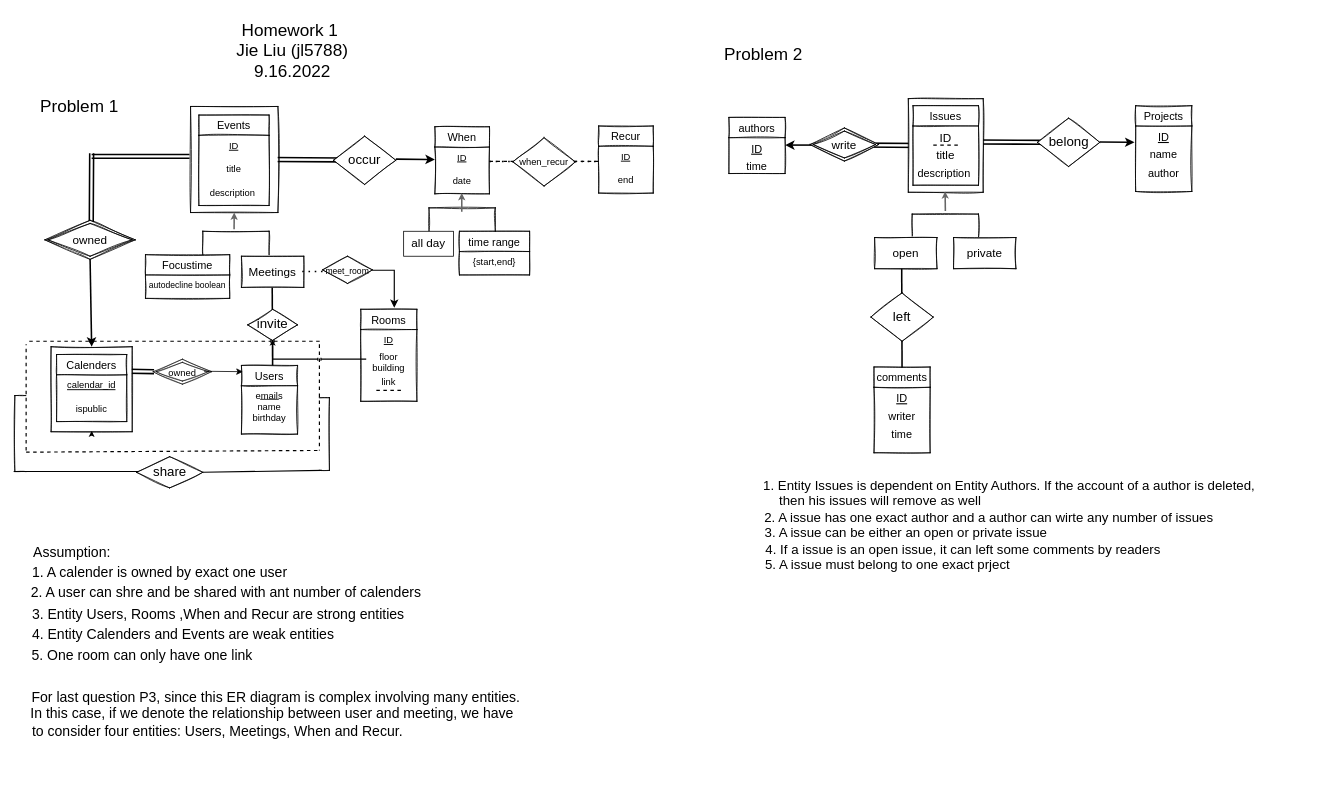
hurricane8978/Introduction-to-database keeps this draw.io diagram as hw1 Diagram.drawio. Above is the earlier version. Source tidied: cells renumbered, new cells numbered last; positions are measured from the earlier drawing's top-left corner, leaving out a move shared by most shapes. Both pictures are drawn from the tidied source at 78%, with x=0, y=0 at pixel (-18, 13).
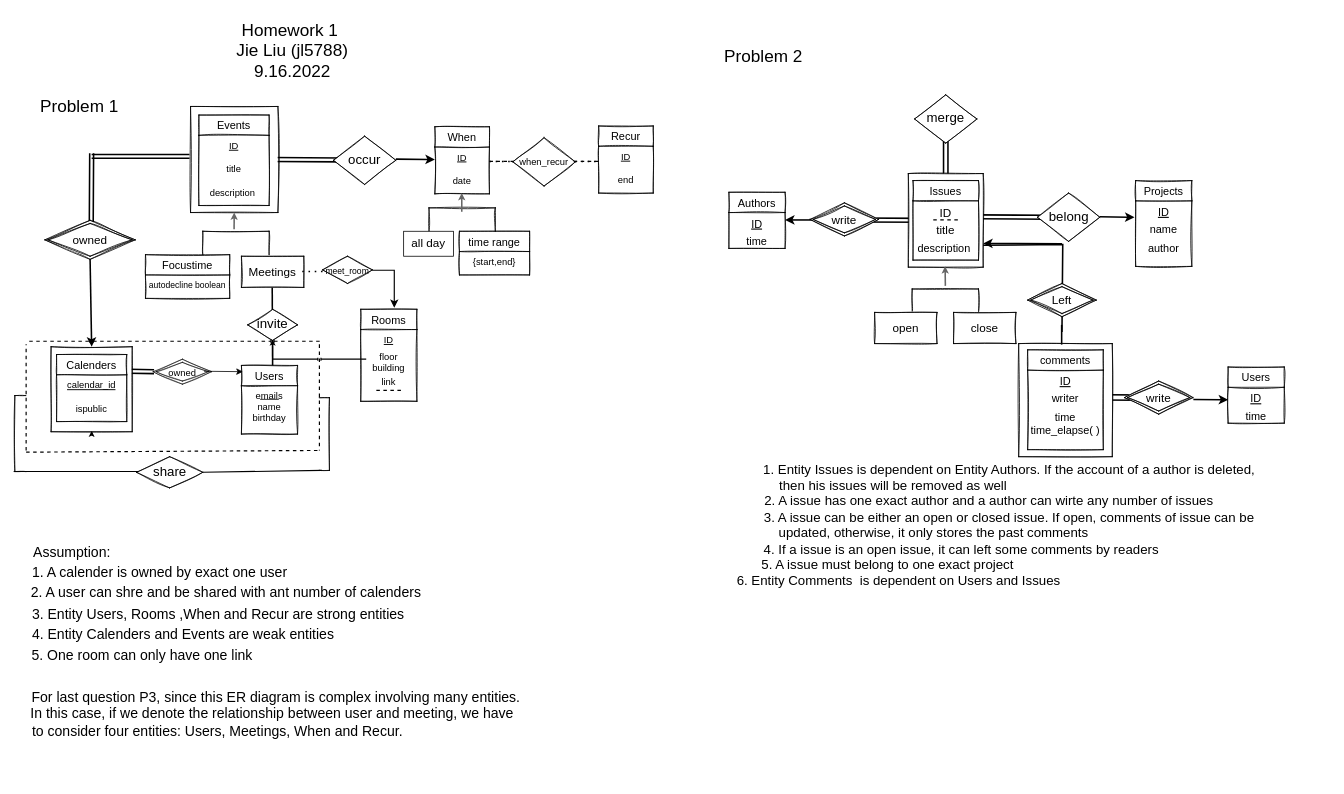
After the change.

The change refers to these unchanged cells:
```xml
<mxCell id="86" value="ID" style="text;strokeColor=none;fillColor=none;spacingLeft=4;spacingRight=4;overflow=hidden;points=[[0,0.5],[1,0.5]];portConstraint=eastwest;fontSize=14;rounded=0;glass=0;sketch=1;fontStyle=4;align=center;" parent="85" vertex="1">
  <mxGeometry y="26" width="72" height="22" as="geometry" />
</mxCell>
```

Change to the diagram source:
```diff
@@
+    <mxCell id="113" style="endArrow=none;html=1;rounded=0;strokeWidth=2;fontSize=15;startSize=11;endSize=3;sourcePerimeterSpacing=-7;targetPerimeterSpacing=-1;jumpStyle=line;jumpSize=3;" parent="1" edge="1">
+      <mxGeometry relative="1" as="geometry">
+        <mxPoint x="1383.6" y="399" as="sourcePoint" />
+        <mxPoint x="1383.6" y="438" as="targetPoint" />
+      </mxGeometry>
+    </mxCell>
+    <mxCell id="114" style="html=1;align=right;verticalAlign=bottom;rounded=0;glass=0;sketch=1;fontSize=15;" parent="113" vertex="1">
+      <mxGeometry x="1" relative="1" as="geometry">
+        <mxPoint x="197" y="-118" as="offset" />
+      </mxGeometry>
+    </mxCell>
+    <mxCell id="115" style="shape=link;html=1;rounded=0;strokeWidth=2;fontSize=17;entryX=0.125;entryY=0.492;entryDx=0;entryDy=0;entryPerimeter=0;width=5.833333333333334;" parent="1" edge="1">
+      <mxGeometry relative="1" as="geometry">
+        <mxPoint x="1437" y="492" as="sourcePoint" />
+        <mxPoint x="1525" y="492.5" as="targetPoint" />
+      </mxGeometry>
+    </mxCell>
+    <mxCell id="116" style="html=1;align=right;verticalAlign=bottom;rounded=0;glass=0;sketch=1;fontSize=17;" parent="115" vertex="1">
+      <mxGeometry x="1" relative="1" as="geometry" />
+    </mxCell>
+    <mxCell id="117" style="rounded=0;whiteSpace=wrap;html=1;glass=0;sketch=1;fontSize=15;" parent="1" vertex="1">
+      <mxGeometry x="1328.5" y="423" width="120" height="145" as="geometry" />
+    </mxCell>
+    <mxCell id="118" style="shape=link;html=1;rounded=0;strokeWidth=2;fontSize=17;entryX=0.5;entryY=0;entryDx=0;entryDy=0;width=-6.666666666666666;" parent="1" edge="1" target="73">
+      <mxGeometry relative="1" as="geometry">
+        <mxPoint x="1235" y="160" as="sourcePoint" />
+      </mxGeometry>
+    </mxCell>
+    <mxCell id="119" style="html=1;align=right;verticalAlign=bottom;rounded=0;glass=0;sketch=1;fontSize=17;" parent="118" vertex="1">
+      <mxGeometry x="1" relative="1" as="geometry" />
+    </mxCell>
@@
     <mxCell id="65" value="Problem 2" style="text;html=1;align=center;verticalAlign=middle;strokeColor=none;fillColor=none;fontSize=22;" parent="1" vertex="1">
-      <mxGeometry x="941" y="29" width="120" height="48" as="geometry" />
+      <mxGeometry x="941" y="32" width="120" height="48" as="geometry" />
     </mxCell>
     <mxCell id="66" style="endArrow=none;html=1;rounded=0;strokeWidth=2;fontSize=15;startSize=11;endSize=3;sourcePerimeterSpacing=-7;targetPerimeterSpacing=-1;jumpStyle=line;jumpSize=3;" parent="1" edge="1">
       <mxGeometry relative="1" as="geometry">
-        <mxPoint x="1178.5" y="320" as="sourcePoint" />
-        <mxPoint x="1179" y="454" as="targetPoint" />
+        <mxPoint x="1283" y="297" as="sourcePoint" />
+        <mxPoint x="1384" y="408" as="targetPoint" />
+        <Array as="points">
+          <mxPoint x="1385" y="296" />
+        </Array>
       </mxGeometry>
     </mxCell>
     <mxCell id="67" style="html=1;align=right;verticalAlign=bottom;rounded=0;glass=0;sketch=1;fontSize=15;" parent="66" vertex="1">
-      <mxGeometry x="1" relative="1" as="geometry" />
+      <mxGeometry x="1" relative="1" as="geometry">
+        <mxPoint x="197" y="-118" as="offset" />
+      </mxGeometry>
     </mxCell>
     <mxCell id="68" style="endArrow=classic;html=1;rounded=0;strokeWidth=2;fontSize=17;" parent="1" edge="1">
       <mxGeometry relative="1" as="geometry">
-        <mxPoint x="1071" y="168.5" as="sourcePoint" />
-        <mxPoint x="1029" y="168.5" as="targetPoint" />
+        <mxPoint x="1071" y="264.5" as="sourcePoint" />
+        <mxPoint x="1029" y="264.5" as="targetPoint" />
       </mxGeometry>
     </mxCell>
     <mxCell id="69" style="shape=link;html=1;rounded=0;strokeWidth=2;fontSize=17;entryX=0.125;entryY=0.492;entryDx=0;entryDy=0;entryPerimeter=0;" parent="1" edge="1">
       <mxGeometry relative="1" as="geometry">
-        <mxPoint x="1121" y="168.5" as="sourcePoint" />
-        <mxPoint x="1209" y="169" as="targetPoint" />
+        <mxPoint x="1121" y="264.5" as="sourcePoint" />
+        <mxPoint x="1209" y="265" as="targetPoint" />
       </mxGeometry>
     </mxCell>
@@
     <mxCell id="71" style="shape=link;html=1;rounded=0;strokeWidth=2;fontSize=17;entryX=0.125;entryY=0.492;entryDx=0;entryDy=0;entryPerimeter=0;" parent="1" edge="1">
       <mxGeometry relative="1" as="geometry">
-        <mxPoint x="1277" y="164.5" as="sourcePoint" />
-        <mxPoint x="1365" y="165" as="targetPoint" />
+        <mxPoint x="1277" y="260.5" as="sourcePoint" />
+        <mxPoint x="1365" y="261" as="targetPoint" />
       </mxGeometry>
     </mxCell>
@@
     <mxCell id="73" style="rounded=0;whiteSpace=wrap;html=1;glass=0;sketch=1;fontSize=15;" parent="1" vertex="1">
-      <mxGeometry x="1187" y="109" width="96" height="120" as="geometry" />
+      <mxGeometry x="1187" y="205" width="96" height="120" as="geometry" />
     </mxCell>
     <mxCell id="74" value="Issues" style="swimlane;fontStyle=0;horizontal=1;startSize=26;align=center;fontSize=14;rounded=0;glass=0;sketch=1;" parent="1" vertex="1">
-      <mxGeometry x="1193" y="118" width="84" height="102" as="geometry" />
+      <mxGeometry x="1193" y="214" width="84" height="102" as="geometry" />
     </mxCell>
@@
     <mxCell id="79" style="shape=partialRectangle;whiteSpace=wrap;html=1;bottom=1;right=1;left=1;top=0;fillColor=none;routingCenterX=-0.5;rounded=0;glass=0;sketch=1;fontSize=12;rotation=-180;" parent="1" vertex="1">
-      <mxGeometry x="1192" y="257" width="85" height="30" as="geometry" />
+      <mxGeometry x="1192" y="353" width="85" height="30" as="geometry" />
     </mxCell>
     <mxCell id="80" style="endArrow=classic;html=1;strokeWidth=2;fontSize=12;rounded=0;endSize=3;startSize=11;jumpSize=3;jumpStyle=line;fillColor=#f5f5f5;strokeColor=#666666;targetPerimeterSpacing=-1;sourcePerimeterSpacing=-7;" parent="1" edge="1">
       <mxGeometry relative="1" as="geometry">
-        <mxPoint x="1234.5" y="253" as="sourcePoint" />
-        <mxPoint x="1234.2" y="228" as="targetPoint" />
+        <mxPoint x="1234.5" y="349" as="sourcePoint" />
+        <mxPoint x="1234.2" y="324" as="targetPoint" />
       </mxGeometry>
     </mxCell>
-    <mxCell id="81" value="private" style="rounded=0;whiteSpace=wrap;html=1;glass=0;sketch=1;fontSize=15;" parent="1" vertex="1">
-      <mxGeometry x="1245" y="287" width="80" height="40" as="geometry" />
+    <mxCell id="81" value="close" style="rounded=0;whiteSpace=wrap;html=1;glass=0;sketch=1;fontSize=15;" parent="1" vertex="1">
+      <mxGeometry x="1245" y="383" width="80" height="40" as="geometry" />
     </mxCell>
     <mxCell id="82" style="html=1;align=right;verticalAlign=bottom;rounded=0;glass=0;sketch=1;fontSize=17;" parent="1" vertex="1">
-      <mxGeometry x="1362.5" y="164.5" as="geometry" />
+      <mxGeometry x="1362.5" y="260.5" as="geometry" />
     </mxCell>
     <mxCell id="83" value="belong" style="shape=rhombus;perimeter=rhombusPerimeter;whiteSpace=wrap;html=1;align=center;rounded=0;glass=0;sketch=1;fontSize=17;" parent="1" vertex="1">
-      <mxGeometry x="1352.5" y="134" width="80" height="62" as="geometry" />
+      <mxGeometry x="1352.5" y="230" width="80" height="62" as="geometry" />
     </mxCell>
     <mxCell id="84" style="endArrow=classic;html=1;rounded=0;strokeWidth=2;fontSize=17;entryX=-0.021;entryY=0.955;entryDx=0;entryDy=0;entryPerimeter=0;" parent="1" edge="1" target="86">
       <mxGeometry relative="1" as="geometry">
-        <mxPoint x="1432.5" y="164.5" as="sourcePoint" />
+        <mxPoint x="1432.5" y="260.5" as="sourcePoint" />
       </mxGeometry>
     </mxCell>
     <mxCell id="85" value="Projects" style="swimlane;fontStyle=0;horizontal=1;startSize=26;align=center;fontSize=14;rounded=0;glass=0;sketch=1;" parent="1" vertex="1">
-      <mxGeometry x="1478.5" y="118" width="72" height="110" as="geometry" />
+      <mxGeometry x="1478.5" y="214" width="72" height="110" as="geometry" />
     </mxCell>
@@
     <mxCell id="89" style="html=1;align=right;verticalAlign=bottom;rounded=0;glass=0;sketch=1;fontSize=17;" parent="1" vertex="1">
-      <mxGeometry x="1057.5" y="165" as="geometry" />
+      <mxGeometry x="1057.5" y="261" as="geometry" />
     </mxCell>
     <mxCell id="90" style="html=1;align=right;verticalAlign=bottom;rounded=0;glass=0;sketch=1;fontSize=17;" parent="1" vertex="1">
-      <mxGeometry x="1055" y="164.5" as="geometry" />
+      <mxGeometry x="1055" y="260.5" as="geometry" />
     </mxCell>
-    <mxCell id="91" value="authors" style="swimlane;fontStyle=0;horizontal=1;startSize=26;align=center;fontSize=14;rounded=0;glass=0;sketch=1;" parent="1" vertex="1">
-      <mxGeometry x="957" y="133" width="72" height="72" as="geometry" />
+    <mxCell id="91" value="Authors" style="swimlane;fontStyle=0;horizontal=1;startSize=26;align=center;fontSize=14;rounded=0;glass=0;sketch=1;" parent="1" vertex="1">
+      <mxGeometry x="957" y="229" width="72" height="72" as="geometry" />
     </mxCell>
@@
     <mxCell id="94" value="open" style="rounded=0;whiteSpace=wrap;html=1;glass=0;sketch=1;fontSize=15;" parent="1" vertex="1">
-      <mxGeometry x="1143.8" y="287" width="80" height="40" as="geometry" />
+      <mxGeometry x="1143.8" y="383" width="80" height="40" as="geometry" />
     </mxCell>
-    <mxCell id="95" value="left" style="shape=rhombus;perimeter=rhombusPerimeter;whiteSpace=wrap;html=1;align=center;rounded=0;glass=0;sketch=1;fontSize=17;" parent="1" vertex="1">
-      <mxGeometry x="1139" y="358" width="80" height="62" as="geometry" />
-    </mxCell>
@@
     <mxCell id="100" value="comments" style="swimlane;fontStyle=0;horizontal=1;startSize=26;align=center;fontSize=14;rounded=0;glass=0;sketch=1;" parent="1" vertex="1">
-      <mxGeometry x="1143" y="453" width="72" height="110" as="geometry" />
+      <mxGeometry x="1340" y="431" width="97" height="128" as="geometry" />
     </mxCell>
     <mxCell id="101" value="ID" style="text;strokeColor=none;fillColor=none;spacingLeft=4;spacingRight=4;overflow=hidden;fontSize=14;rounded=0;glass=0;sketch=1;fontStyle=4;align=center;" parent="100" vertex="1">
-      <mxGeometry y="26" width="72" height="22" as="geometry" />
+      <mxGeometry y="26" width="97" height="22" as="geometry" />
     </mxCell>
     <mxCell id="102" value="writer" style="text;strokeColor=none;fillColor=none;spacingLeft=4;spacingRight=4;overflow=hidden;fontSize=14;rounded=0;glass=0;sketch=1;align=center;" parent="100" vertex="1">
-      <mxGeometry y="48" width="72" height="24" as="geometry" />
+      <mxGeometry y="48" width="97" height="24" as="geometry" />
     </mxCell>
-    <mxCell id="103" value="time" style="text;strokeColor=none;fillColor=none;spacingLeft=4;spacingRight=4;overflow=hidden;fontSize=14;rounded=0;glass=0;sketch=1;align=center;" parent="100" vertex="1">
-      <mxGeometry y="72" width="72" height="38" as="geometry" />
+    <mxCell id="103" value="time&#10;time_elapse( )" style="text;strokeColor=none;fillColor=none;spacingLeft=4;spacingRight=4;overflow=hidden;fontSize=14;rounded=0;glass=0;sketch=1;align=center;" parent="100" vertex="1">
+      <mxGeometry y="72" width="97" height="56" as="geometry" />
     </mxCell>
-    <mxCell id="104" value="&lt;span style=&quot;font-size: 17px;&quot;&gt;1. Entity Issues is dependent on Entity Authors. If the account of a author is deleted,&lt;br&gt;&amp;nbsp; &amp;nbsp; &amp;nbsp;then his issues will remove as well&amp;nbsp; &amp;nbsp; &amp;nbsp; &amp;nbsp; &amp;nbsp; &amp;nbsp; &amp;nbsp; &amp;nbsp; &amp;nbsp; &amp;nbsp; &amp;nbsp; &amp;nbsp; &amp;nbsp; &amp;nbsp; &amp;nbsp; &amp;nbsp; &amp;nbsp; &amp;nbsp; &amp;nbsp; &amp;nbsp; &amp;nbsp; &amp;nbsp; &amp;nbsp; &amp;nbsp; &amp;nbsp; &amp;nbsp; &amp;nbsp; &amp;nbsp; &amp;nbsp; &amp;nbsp; &amp;nbsp; &amp;nbsp; &amp;nbsp; &amp;nbsp; &amp;nbsp; &amp;nbsp; &amp;nbsp; &amp;nbsp;&lt;br&gt;2. A issue has one exact author and a author can wirte any number of issues&amp;nbsp; &amp;nbsp; &amp;nbsp; &amp;nbsp; &amp;nbsp; &amp;nbsp;&lt;br&gt;3. A issue can be either an open or private issue&amp;nbsp; &amp;nbsp; &amp;nbsp; &amp;nbsp; &amp;nbsp; &amp;nbsp; &amp;nbsp; &amp;nbsp; &amp;nbsp; &amp;nbsp; &amp;nbsp; &amp;nbsp; &amp;nbsp; &amp;nbsp; &amp;nbsp; &amp;nbsp; &amp;nbsp; &amp;nbsp; &amp;nbsp; &amp;nbsp; &amp;nbsp; &amp;nbsp; &amp;nbsp; &amp;nbsp; &amp;nbsp; &amp;nbsp; &amp;nbsp; &amp;nbsp;&amp;nbsp;&lt;br&gt;4. If a issue is an open issue, it can left some comments by readers&amp;nbsp; &amp;nbsp; &amp;nbsp; &amp;nbsp; &amp;nbsp; &amp;nbsp; &amp;nbsp; &amp;nbsp; &amp;nbsp; &amp;nbsp; &amp;nbsp; &amp;nbsp; &amp;nbsp;&lt;br&gt;5. A issue must belong to one exact prject&amp;nbsp; &amp;nbsp; &amp;nbsp; &amp;nbsp; &amp;nbsp; &amp;nbsp; &amp;nbsp; &amp;nbsp; &amp;nbsp; &amp;nbsp; &amp;nbsp; &amp;nbsp; &amp;nbsp; &amp;nbsp; &amp;nbsp; &amp;nbsp; &amp;nbsp; &amp;nbsp; &amp;nbsp; &amp;nbsp; &amp;nbsp; &amp;nbsp; &amp;nbsp; &amp;nbsp; &amp;nbsp; &amp;nbsp; &amp;nbsp; &amp;nbsp; &amp;nbsp; &amp;nbsp; &amp;nbsp; &amp;nbsp; &amp;nbsp;&amp;nbsp;&lt;br&gt;&lt;br&gt;&lt;br&gt;&lt;/span&gt;" style="text;html=1;align=center;verticalAlign=middle;strokeColor=none;fillColor=none;fontSize=11;" parent="1" vertex="1">
-      <mxGeometry x="988" y="585" width="656" height="184" as="geometry" />
+    <mxCell id="104" value="&lt;span style=&quot;font-size: 17px;&quot;&gt;1. Entity Issues is dependent on Entity Authors. If the account of a author is deleted,&lt;br&gt;&amp;nbsp; &amp;nbsp; &amp;nbsp; &amp;nbsp; &amp;nbsp; &amp;nbsp; then his issues will be removed as well&amp;nbsp; &amp;nbsp; &amp;nbsp; &amp;nbsp; &amp;nbsp; &amp;nbsp; &amp;nbsp; &amp;nbsp; &amp;nbsp; &amp;nbsp; &amp;nbsp; &amp;nbsp; &amp;nbsp; &amp;nbsp; &amp;nbsp; &amp;nbsp; &amp;nbsp; &amp;nbsp; &amp;nbsp; &amp;nbsp; &amp;nbsp; &amp;nbsp; &amp;nbsp; &amp;nbsp; &amp;nbsp; &amp;nbsp; &amp;nbsp; &amp;nbsp; &amp;nbsp; &amp;nbsp; &amp;nbsp; &amp;nbsp; &amp;nbsp; &amp;nbsp; &amp;nbsp; &amp;nbsp; &amp;nbsp; &amp;nbsp;&lt;br&gt;2. A issue has one exact author and a author can wirte any number of issues&amp;nbsp; &amp;nbsp; &amp;nbsp; &amp;nbsp; &amp;nbsp; &amp;nbsp;&lt;br&gt;3. A issue can be either an open or closed issue. If open, comments of issue can be&lt;br&gt;&amp;nbsp; &amp;nbsp; &amp;nbsp; &amp;nbsp; &amp;nbsp; &amp;nbsp; &amp;nbsp;updated, otherwise, it only stores the past comments&amp;nbsp; &amp;nbsp; &amp;nbsp; &amp;nbsp; &amp;nbsp; &amp;nbsp; &amp;nbsp; &amp;nbsp; &amp;nbsp; &amp;nbsp; &amp;nbsp; &amp;nbsp; &amp;nbsp; &amp;nbsp; &amp;nbsp; &amp;nbsp; &amp;nbsp; &amp;nbsp; &amp;nbsp; &amp;nbsp; &amp;nbsp; &amp;nbsp; &amp;nbsp; &amp;nbsp; &amp;nbsp; &amp;nbsp; &amp;nbsp;&amp;nbsp;&lt;br&gt;4. If a issue is an open issue, it can left some comments by readers&amp;nbsp; &amp;nbsp; &amp;nbsp; &amp;nbsp; &amp;nbsp; &amp;nbsp; &amp;nbsp; &amp;nbsp; &amp;nbsp; &amp;nbsp; &amp;nbsp; &amp;nbsp; &amp;nbsp;&amp;nbsp;&lt;br&gt;5. A issue must belong to one exact project&amp;nbsp; &amp;nbsp; &amp;nbsp; &amp;nbsp; &amp;nbsp; &amp;nbsp; &amp;nbsp; &amp;nbsp; &amp;nbsp; &amp;nbsp; &amp;nbsp; &amp;nbsp; &amp;nbsp; &amp;nbsp; &amp;nbsp; &amp;nbsp; &amp;nbsp; &amp;nbsp; &amp;nbsp; &amp;nbsp; &amp;nbsp; &amp;nbsp; &amp;nbsp; &amp;nbsp; &amp;nbsp; &amp;nbsp; &amp;nbsp; &amp;nbsp; &amp;nbsp; &amp;nbsp; &amp;nbsp; &amp;nbsp; &amp;nbsp;&amp;nbsp;&lt;br&gt;&lt;span style=&quot;white-space: pre;&quot;&gt; &lt;/span&gt;&lt;span style=&quot;white-space: pre;&quot;&gt; &lt;/span&gt;&amp;nbsp; 6. Entity Comments&amp;nbsp; is dependent on Users and Issues&amp;nbsp; &amp;nbsp; &amp;nbsp; &amp;nbsp; &amp;nbsp; &amp;nbsp; &amp;nbsp; &amp;nbsp; &amp;nbsp; &amp;nbsp; &amp;nbsp; &amp;nbsp; &amp;nbsp; &amp;nbsp; &amp;nbsp; &amp;nbsp; &amp;nbsp; &amp;nbsp; &amp;nbsp; &amp;nbsp; &amp;nbsp; &amp;nbsp; &amp;nbsp; &amp;nbsp; &amp;nbsp; &amp;nbsp; &amp;nbsp; &amp;nbsp; &amp;nbsp; &amp;nbsp; &amp;nbsp; &amp;nbsp;&amp;nbsp;&lt;br&gt;&lt;br&gt;&lt;br&gt;&lt;/span&gt;" style="text;html=1;align=center;verticalAlign=middle;strokeColor=none;fillColor=none;fontSize=11;" parent="1" vertex="1">
+      <mxGeometry x="904" y="565" width="824" height="224" as="geometry" />
     </mxCell>
     <mxCell id="105" value="write" style="shape=rhombus;double=1;perimeter=rhombusPerimeter;whiteSpace=wrap;html=1;align=center;rounded=0;glass=0;sketch=1;fontSize=15;" parent="1" vertex="1">
-      <mxGeometry x="1061" y="146.5" width="88" height="42.5" as="geometry" />
+      <mxGeometry x="1061" y="242.5" width="88" height="42.5" as="geometry" />
     </mxCell>
@@
+    <mxCell id="120" value="Users" style="swimlane;fontStyle=0;horizontal=1;startSize=26;align=center;fontSize=14;rounded=0;glass=0;sketch=1;" parent="1" vertex="1">
+      <mxGeometry x="1597" y="453" width="72" height="72" as="geometry" />
+    </mxCell>
+    <mxCell id="121" value="ID" style="text;strokeColor=none;fillColor=none;spacingLeft=4;spacingRight=4;overflow=hidden;fontSize=14;rounded=0;glass=0;sketch=1;fontStyle=4;align=center;" parent="120" vertex="1">
+      <mxGeometry y="26" width="72" height="22" as="geometry" />
+    </mxCell>
+    <mxCell id="122" value="time" style="text;strokeColor=none;fillColor=none;spacingLeft=4;spacingRight=4;overflow=hidden;fontSize=14;rounded=0;glass=0;sketch=1;align=center;" parent="120" vertex="1">
+      <mxGeometry y="48" width="72" height="24" as="geometry" />
+    </mxCell>
+    <mxCell id="123" value="write" style="shape=rhombus;double=1;perimeter=rhombusPerimeter;whiteSpace=wrap;html=1;align=center;rounded=0;glass=0;sketch=1;fontSize=15;" parent="1" vertex="1">
+      <mxGeometry x="1464" y="471" width="88" height="42.5" as="geometry" />
+    </mxCell>
+    <mxCell id="124" style="endArrow=classic;html=1;rounded=0;strokeWidth=2;fontSize=17;entryX=-0.021;entryY=0.955;entryDx=0;entryDy=0;entryPerimeter=0;" parent="1" edge="1">
+      <mxGeometry relative="1" as="geometry">
+        <mxPoint x="1552.5" y="494.6" as="sourcePoint" />
+        <mxPoint x="1597" y="495.1" as="targetPoint" />
+      </mxGeometry>
+    </mxCell>
+    <mxCell id="125" value="merge" style="shape=rhombus;perimeter=rhombusPerimeter;whiteSpace=wrap;html=1;align=center;rounded=0;glass=0;sketch=1;fontSize=17;" parent="1" vertex="1">
+      <mxGeometry x="1195" y="104" width="80" height="62" as="geometry" />
+    </mxCell>
+    <mxCell id="126" value="Left" style="shape=rhombus;double=1;perimeter=rhombusPerimeter;whiteSpace=wrap;html=1;align=center;rounded=0;glass=0;sketch=1;fontSize=15;" parent="1" vertex="1">
+      <mxGeometry x="1340" y="346" width="88" height="42.5" as="geometry" />
+    </mxCell>
+    <mxCell id="127" style="endArrow=classic;html=1;rounded=0;strokeWidth=2;fontSize=17;" parent="1" edge="1">
+      <mxGeometry relative="1" as="geometry">
+        <mxPoint x="1384" y="295" as="sourcePoint" />
+        <mxPoint x="1283" y="294.6" as="targetPoint" />
+      </mxGeometry>
+    </mxCell>
```
